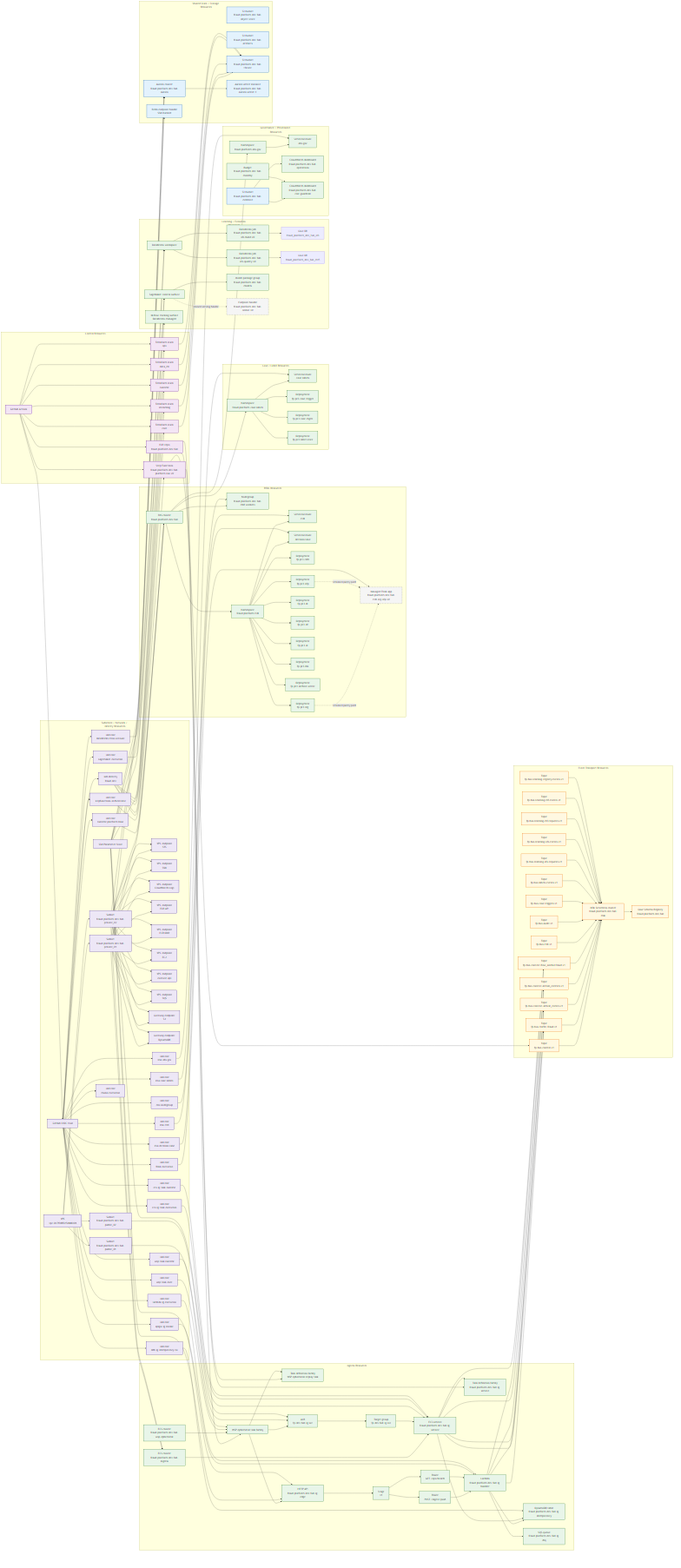
This is docs/design/platform/dev_full/graph/dev_full_platform_resources_current_v0.mermaid.png from EsosaOrumwese/fraud-detection-system, a Mermaid export, as it was before one commit. Its source is kept beside it as docs/design/platform/dev_full/graph/dev_full_platform_resources_current_v0.mermaid.mmd.
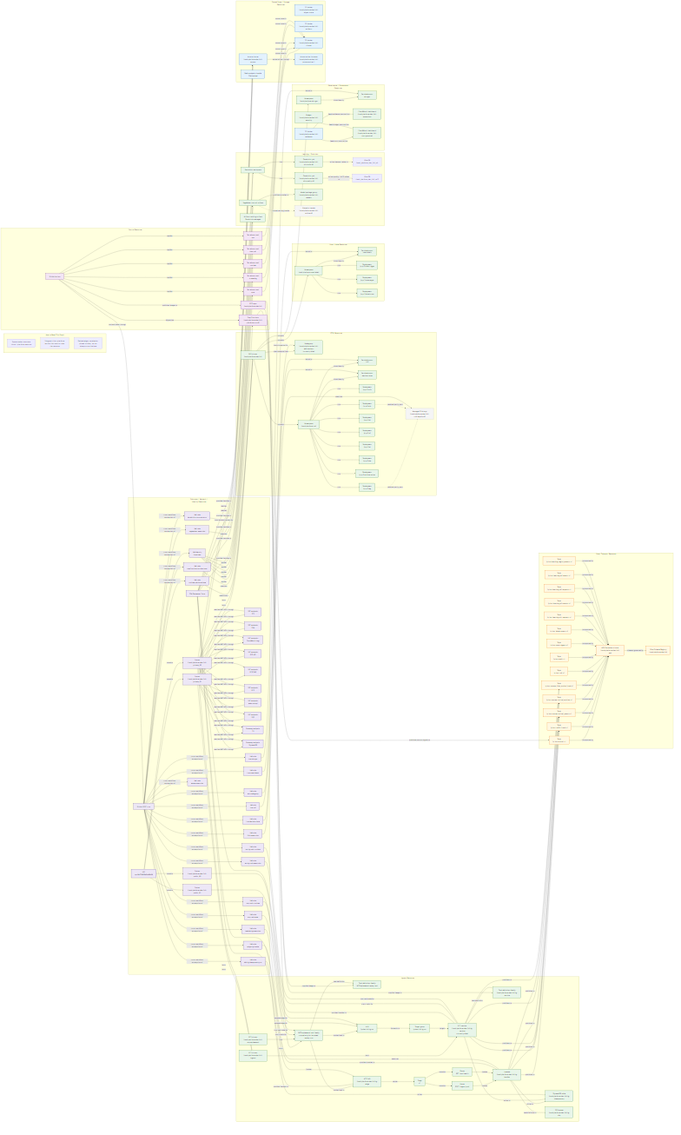
After the commit.

What changed in the source:
```diff
@@ -4,6 +4,12 @@
   theme: default
 ---
 flowchart LR
+
+  subgraph LEGEND["How to Read This Graph"]
+    LG1["Square node = concrete cloud / platform resource"]
+    LG2["Subgraph title = platform section that owns or uses the resource"]
+    LG3["Dashed edge = retained or pinned surface, not an always-on active lane"]
+  end
 
   subgraph CONTROL["Control Resources"]
     GHA["GitHub Actions"]
@@ -18,7 +24,7 @@
 
   subgraph INGRESS["Ingress Resources"]
     WSPCLUSTER["ECS cluster<br>fraud-platform-dev-full-wsp-ephemeral"]
-    WSPTASK["WSP ephemeral task family"]
+    WSPTASK["WSP ephemeral task family<br>started only for bounded replay runs"]
     WSPTASKDEF["Task definition family<br>WSP ephemeral replay task"]
     HTTPAPI["HTTP API<br>fraud-platform-dev-full-ig-edge"]
     APISTAGE["Stage<br>v1"]
@@ -28,7 +34,7 @@
     IGSVCCLUSTER["ECS cluster<br>fraud-platform-dev-full-ingress"]
     ALB["ALB<br>fp-dev-full-ig-svc"]
     TG["Target group<br>fp-dev-full-ig-svc"]
-    IGSVC["ECS service<br>fraud-platform-dev-full-ig-service"]
+    IGSVC["ECS service<br>fraud-platform-dev-full-ig-service<br>currently idled"]
     IGTASKDEF["Task definition family<br>fraud-platform-dev-full-ig-service"]
     IGDDB["DynamoDB table<br>fraud-platform-dev-full-ig-idempotency"]
     IGDLQ["SQS queue<br>fraud-platform-dev-full-ig-dlq"]
@@ -55,7 +61,7 @@
 
   subgraph RTDL["RTDL Resources"]
     EKS["EKS cluster<br>fraud-platform-dev-full"]
-    NG["Nodegroup<br>fraud-platform-dev-full-m6f-workers"]
+    NG["Nodegroup<br>fraud-platform-dev-full-m6f-workers<br>currently idled"]
     NSRTDL["Namespace<br>fraud-platform-rtdl"]
     SARTDL["ServiceAccount<br>rtdl"]
     SADEC["ServiceAccount<br>decision-lane"]
@@ -147,184 +153,184 @@
     ROLEMWAA["IAM role<br>mwaa-execution"]
   end
 
-  GHA --> TFCORE
-  GHA --> TFSTREAM
-  GHA --> TFRUNTIME
-  GHA --> TFDML
-  GHA --> TFOPS
-  GHA --> SFN
-  GHA --> ECR
-  GHA --> OIDC
-  TFCORE --> TFSTATE
-  TFSTREAM --> TFSTATE
-  TFRUNTIME --> TFSTATE
-  TFDML --> TFSTATE
-  TFOPS --> TFSTATE
-  ECR --> IGTASKDEF
-  ECR --> WSPTASKDEF
+  GHA -->|applies| TFCORE
+  GHA -->|applies| TFSTREAM
+  GHA -->|applies| TFRUNTIME
+  GHA -->|applies| TFDML
+  GHA -->|applies| TFOPS
+  GHA -->|dispatches| SFN
+  GHA -->|publishes images to| ECR
+  GHA -->|authenticates through| OIDC
+  TFCORE -->|stores state in| TFSTATE
+  TFSTREAM -->|stores state in| TFSTATE
+  TFRUNTIME -->|stores state in| TFSTATE
+  TFDML -->|stores state in| TFSTATE
+  TFOPS -->|stores state in| TFSTATE
+  ECR -->|supplies image to| IGTASKDEF
+  ECR -->|supplies image to| WSPTASKDEF
 
-  SFN --> TCTRL
-  SFN --> WSPTASK
-  WSPCLUSTER --> WSPTASK
-  WSPTASK --> WSPTASKDEF
-  WSPTASK --> HTTPAPI
-  WSPTASK --> ALB
-  HTTPAPI --> APISTAGE
-  APISTAGE --> APIRPOST
-  APISTAGE --> APIRHEALTH
-  APIRPOST --> IGLAMBDA
-  APIRHEALTH --> IGLAMBDA
-  IGSVCCLUSTER --> IGSVC
-  ALB --> TG
-  TG --> IGSVC
-  IGSVC --> IGTASKDEF
-  IGLAMBDA --> IGDDB
-  IGLAMBDA --> IGDLQ
-  IGLAMBDA --> TTRAFFIC
-  IGLAMBDA --> TCTXE
-  IGLAMBDA --> TCTXT
-  IGLAMBDA --> TFLOW
-  IGSVC --> IGDDB
-  IGSVC --> TTRAFFIC
-  IGSVC --> TCTXE
-  IGSVC --> TCTXT
-  IGSVC --> TFLOW
+  SFN -->|publishes control signals to| TCTRL
+  SFN -->|starts| WSPTASK
+  WSPCLUSTER -->|runs| WSPTASK
+  WSPTASK -->|uses definition| WSPTASKDEF
+  WSPTASK -->|pushes load to| HTTPAPI
+  WSPTASK -->|pushes load to| ALB
+  HTTPAPI -->|serves| APISTAGE
+  APISTAGE -->|contains| APIRPOST
+  APISTAGE -->|contains| APIRHEALTH
+  APIRPOST -->|invokes| IGLAMBDA
+  APIRHEALTH -->|invokes| IGLAMBDA
+  IGSVCCLUSTER -->|hosts| IGSVC
+  ALB -->|forwards to| TG
+  TG -->|targets| IGSVC
+  IGSVC -->|uses definition| IGTASKDEF
+  IGLAMBDA -->|writes to| IGDDB
+  IGLAMBDA -->|sends failures to| IGDLQ
+  IGLAMBDA -->|publishes to| TTRAFFIC
+  IGLAMBDA -->|publishes to| TCTXE
+  IGLAMBDA -->|publishes to| TCTXT
+  IGLAMBDA -->|publishes to| TFLOW
+  IGSVC -->|writes to| IGDDB
+  IGSVC -->|publishes to| TTRAFFIC
+  IGSVC -->|publishes to| TCTXE
+  IGSVC -->|publishes to| TCTXT
+  IGSVC -->|publishes to| TFLOW
 
-  TCTRL --> MSK
-  TTRAFFIC --> MSK
-  TCTXE --> MSK
-  TCTXT --> MSK
-  TFLOW --> MSK
-  TRTDL --> MSK
-  TAUDIT --> MSK
-  TCASE --> MSK
-  TLABELS --> MSK
-  TOFSREQ --> MSK
-  TOFSEVT --> MSK
-  TMFREQ --> MSK
-  TMFEVT --> MSK
-  TREG --> MSK
-  MSK --> GLUEREG
+  TCTRL -->|transported by| MSK
+  TTRAFFIC -->|transported by| MSK
+  TCTXE -->|transported by| MSK
+  TCTXT -->|transported by| MSK
+  TFLOW -->|transported by| MSK
+  TRTDL -->|transported by| MSK
+  TAUDIT -->|transported by| MSK
+  TCASE -->|transported by| MSK
+  TLABELS -->|transported by| MSK
+  TOFSREQ -->|transported by| MSK
+  TOFSEVT -->|transported by| MSK
+  TMFREQ -->|transported by| MSK
+  TMFEVT -->|transported by| MSK
+  TREG -->|transported by| MSK
+  MSK -->|schemas governed by| GLUEREG
 
-  EKS --> NG
-  EKS --> NSRTDL
-  NSRTDL --> SARTDL
-  NSRTDL --> SADEC
-  NSRTDL --> CSFB
-  NSRTDL --> IEG
-  NSRTDL --> OFP
-  NSRTDL --> DL
-  NSRTDL --> DF
-  NSRTDL --> AL
-  NSRTDL --> DLA
-  NSRTDL --> ARCHIVE
+  EKS -->|uses compute from| NG
+  EKS -->|contains| NSRTDL
+  NSRTDL -->|binds identity| SARTDL
+  NSRTDL -->|binds identity| SADEC
+  NSRTDL -->|runs| CSFB
+  NSRTDL -->|runs| IEG
+  NSRTDL -->|runs| OFP
+  NSRTDL -->|runs| DL
+  NSRTDL -->|runs| DF
+  NSRTDL -->|runs| AL
+  NSRTDL -->|runs| DLA
+  NSRTDL -->|runs| ARCHIVE
   IEG -. retained parity path .-> MSF
   OFP -. retained parity path .-> MSF
 
-  EKS --> NSCL
-  NSCL --> SACL
-  NSCL --> CASETRIG
-  NSCL --> CM
-  NSCL --> LS
+  EKS -->|contains| NSCL
+  NSCL -->|binds identity| SACL
+  NSCL -->|runs| CASETRIG
+  NSCL -->|runs| CM
+  NSCL -->|runs| LS
 
-  DBX --> DBXBUILD
-  DBX --> DBXQUAL
-  DBXBUILD --> GLUEDB1
-  DBXQUAL --> GLUEDB2
-  SM --> SMPKG
+  DBX -->|runs| DBXBUILD
+  DBX -->|runs| DBXQUAL
+  DBXBUILD -->|writes dataset tables to| GLUEDB1
+  DBXQUAL -->|writes quality / M15 tables to| GLUEDB2
+  SM -->|publishes bundles to| SMPKG
   SM -. pinned serving handle .-> SMENDPT
 
-  EKS --> NSOBS
-  NSOBS --> SAOBS
-  EVID --> DASHOPS
-  EVID --> DASHCOST
-  BUDGET --> DASHCOST
+  EKS -->|contains| NSOBS
+  NSOBS -->|binds identity| SAOBS
+  EVID -->|feeds evidence posture into| DASHOPS
+  EVID -->|feeds cost posture into| DASHCOST
+  BUDGET -->|feeds budget posture into| DASHCOST
 
-  AURORA --> AURWRITER
+  AURORA -->|serves writes through| AURWRITER
 
-  VPC --> PUB1
-  VPC --> PUB2
-  VPC --> PRIV1
-  VPC --> PRIV2
-  PRIV1 --> VPCESTS
-  PRIV1 --> VPCESSM
-  PRIV1 --> VPCELOGS
-  PRIV1 --> VPCEECRAPI
-  PRIV1 --> VPCEECRDKR
-  PRIV1 --> VPCEEC2
-  PRIV1 --> VPCEEXECAPI
-  PRIV1 --> VPCESQS
-  PRIV1 --> VPCES3
-  PRIV1 --> VPCEDDB
-  PRIV2 --> VPCESTS
-  PRIV2 --> VPCESSM
-  PRIV2 --> VPCELOGS
-  PRIV2 --> VPCEECRAPI
-  PRIV2 --> VPCEECRDKR
-  PRIV2 --> VPCEEC2
-  PRIV2 --> VPCEEXECAPI
-  PRIV2 --> VPCESQS
-  PRIV2 --> VPCES3
-  PRIV2 --> VPCEDDB
-  PUB1 --> ALB
-  PUB2 --> ALB
-  PRIV1 --> EKS
-  PRIV2 --> EKS
-  PRIV1 --> AURORA
-  PRIV2 --> AURORA
-  PRIV1 --> IGSVCCLUSTER
-  PRIV2 --> IGSVCCLUSTER
-  SSM --> HTTPAPI
-  SSM --> IGLAMBDA
-  SSM --> IGSVC
-  SSM --> AURORA
-  SSM --> REDISH
-  SSM --> DBX
-  SSM --> SM
-  SSM --> MLFLOW
+  VPC -->|contains| PUB1
+  VPC -->|contains| PUB2
+  VPC -->|contains| PRIV1
+  VPC -->|contains| PRIV2
+  PRIV1 -->|reaches AWS APIs through| VPCESTS
+  PRIV1 -->|reaches AWS APIs through| VPCESSM
+  PRIV1 -->|reaches AWS APIs through| VPCELOGS
+  PRIV1 -->|reaches AWS APIs through| VPCEECRAPI
+  PRIV1 -->|reaches AWS APIs through| VPCEECRDKR
+  PRIV1 -->|reaches AWS APIs through| VPCEEC2
+  PRIV1 -->|reaches AWS APIs through| VPCEEXECAPI
+  PRIV1 -->|reaches AWS APIs through| VPCESQS
+  PRIV1 -->|reaches AWS APIs through| VPCES3
+  PRIV1 -->|reaches AWS APIs through| VPCEDDB
+  PRIV2 -->|reaches AWS APIs through| VPCESTS
+  PRIV2 -->|reaches AWS APIs through| VPCESSM
+  PRIV2 -->|reaches AWS APIs through| VPCELOGS
+  PRIV2 -->|reaches AWS APIs through| VPCEECRAPI
+  PRIV2 -->|reaches AWS APIs through| VPCEECRDKR
+  PRIV2 -->|reaches AWS APIs through| VPCEEC2
+  PRIV2 -->|reaches AWS APIs through| VPCEEXECAPI
+  PRIV2 -->|reaches AWS APIs through| VPCESQS
+  PRIV2 -->|reaches AWS APIs through| VPCES3
+  PRIV2 -->|reaches AWS APIs through| VPCEDDB
+  PUB1 -->|exposes edge for| ALB
+  PUB2 -->|exposes edge for| ALB
+  PRIV1 -->|hosts| EKS
+  PRIV2 -->|hosts| EKS
+  PRIV1 -->|reaches| AURORA
+  PRIV2 -->|reaches| AURORA
+  PRIV1 -->|hosts| IGSVCCLUSTER
+  PRIV2 -->|hosts| IGSVCCLUSTER
+  SSM -->|provides handles to| HTTPAPI
+  SSM -->|provides handles to| IGLAMBDA
+  SSM -->|provides handles to| IGSVC
+  SSM -->|provides handles to| AURORA
+  SSM -->|provides handles to| REDISH
+  SSM -->|provides handles to| DBX
+  SSM -->|provides handles to| SM
+  SSM -->|provides handles to| MLFLOW
 
-  OIDC --> ROLETF
-  OIDC --> ROLEBASE
-  OIDC --> ROLENODE
-  OIDC --> ROLEFLINK
-  OIDC --> ROLELAMBDA
-  OIDC --> ROLEAPIGW
-  OIDC --> ROLEDDB
-  OIDC --> ROLESFN
-  OIDC --> ROLEECSEXEC
-  OIDC --> ROLEECSRUNTIME
-  OIDC --> ROLEWSPEXEC
-  OIDC --> ROLEWSPRUN
-  OIDC --> ROLEIRSARTDL
-  OIDC --> ROLEIRSADEC
-  OIDC --> ROLEIRSACL
-  OIDC --> ROLEIRSAOBS
-  OIDC --> ROLEDBX
-  OIDC --> ROLESM
-  OIDC --> ROLEMWAA
+  OIDC -->|trusts workflow assumption of| ROLETF
+  OIDC -->|trusts workflow assumption of| ROLEBASE
+  OIDC -->|trusts workflow assumption of| ROLENODE
+  OIDC -->|trusts workflow assumption of| ROLEFLINK
+  OIDC -->|trusts workflow assumption of| ROLELAMBDA
+  OIDC -->|trusts workflow assumption of| ROLEAPIGW
+  OIDC -->|trusts workflow assumption of| ROLEDDB
+  OIDC -->|trusts workflow assumption of| ROLESFN
+  OIDC -->|trusts workflow assumption of| ROLEECSEXEC
+  OIDC -->|trusts workflow assumption of| ROLEECSRUNTIME
+  OIDC -->|trusts workflow assumption of| ROLEWSPEXEC
+  OIDC -->|trusts workflow assumption of| ROLEWSPRUN
+  OIDC -->|trusts workflow assumption of| ROLEIRSARTDL
+  OIDC -->|trusts workflow assumption of| ROLEIRSADEC
+  OIDC -->|trusts workflow assumption of| ROLEIRSACL
+  OIDC -->|trusts workflow assumption of| ROLEIRSAOBS
+  OIDC -->|trusts workflow assumption of| ROLEDBX
+  OIDC -->|trusts workflow assumption of| ROLESM
+  OIDC -->|trusts workflow assumption of| ROLEMWAA
 
-  ROLETF --> TFCORE
-  ROLETF --> TFSTREAM
-  ROLETF --> TFRUNTIME
-  ROLETF --> TFDML
-  ROLETF --> TFOPS
-  ROLESFN --> SFN
-  ROLELAMBDA --> IGLAMBDA
-  ROLEAPIGW --> HTTPAPI
-  ROLEDDB --> IGDDB
-  ROLEECSEXEC --> IGSVC
-  ROLEECSRUNTIME --> IGSVC
-  ROLEWSPEXEC --> WSPTASK
-  ROLEWSPRUN --> WSPTASK
-  ROLEBASE --> EKS
-  ROLENODE --> NG
-  ROLEFLINK --> MSF
-  ROLEIRSARTDL --> SARTDL
-  ROLEIRSADEC --> SADEC
-  ROLEIRSACL --> SACL
-  ROLEIRSAOBS --> SAOBS
-  ROLEDBX --> DBX
-  ROLESM --> SM
+  ROLETF -->|applies| TFCORE
+  ROLETF -->|applies| TFSTREAM
+  ROLETF -->|applies| TFRUNTIME
+  ROLETF -->|applies| TFDML
+  ROLETF -->|applies| TFOPS
+  ROLESFN -->|executes| SFN
+  ROLELAMBDA -->|executes| IGLAMBDA
+  ROLEAPIGW -->|invokes| HTTPAPI
+  ROLEDDB -->|writes| IGDDB
+  ROLEECSEXEC -->|starts tasks for| IGSVC
+  ROLEECSRUNTIME -->|runs task code for| IGSVC
+  ROLEWSPEXEC -->|starts tasks for| WSPTASK
+  ROLEWSPRUN -->|runs task code for| WSPTASK
+  ROLEBASE -->|administers| EKS
+  ROLENODE -->|backs compute for| NG
+  ROLEFLINK -->|executes| MSF
+  ROLEIRSARTDL -->|bound to| SARTDL
+  ROLEIRSADEC -->|bound to| SADEC
+  ROLEIRSACL -->|bound to| SACL
+  ROLEIRSAOBS -->|bound to| SAOBS
+  ROLEDBX -->|cross-account access for| DBX
+  ROLESM -->|executes| SM
 
   classDef control fill:#f3e5f5,stroke:#6a1b9a,color:#111,stroke-width:1.4px;
   classDef ingress fill:#e8f5e9,stroke:#2e7d32,color:#111,stroke-width:1.4px;
```
